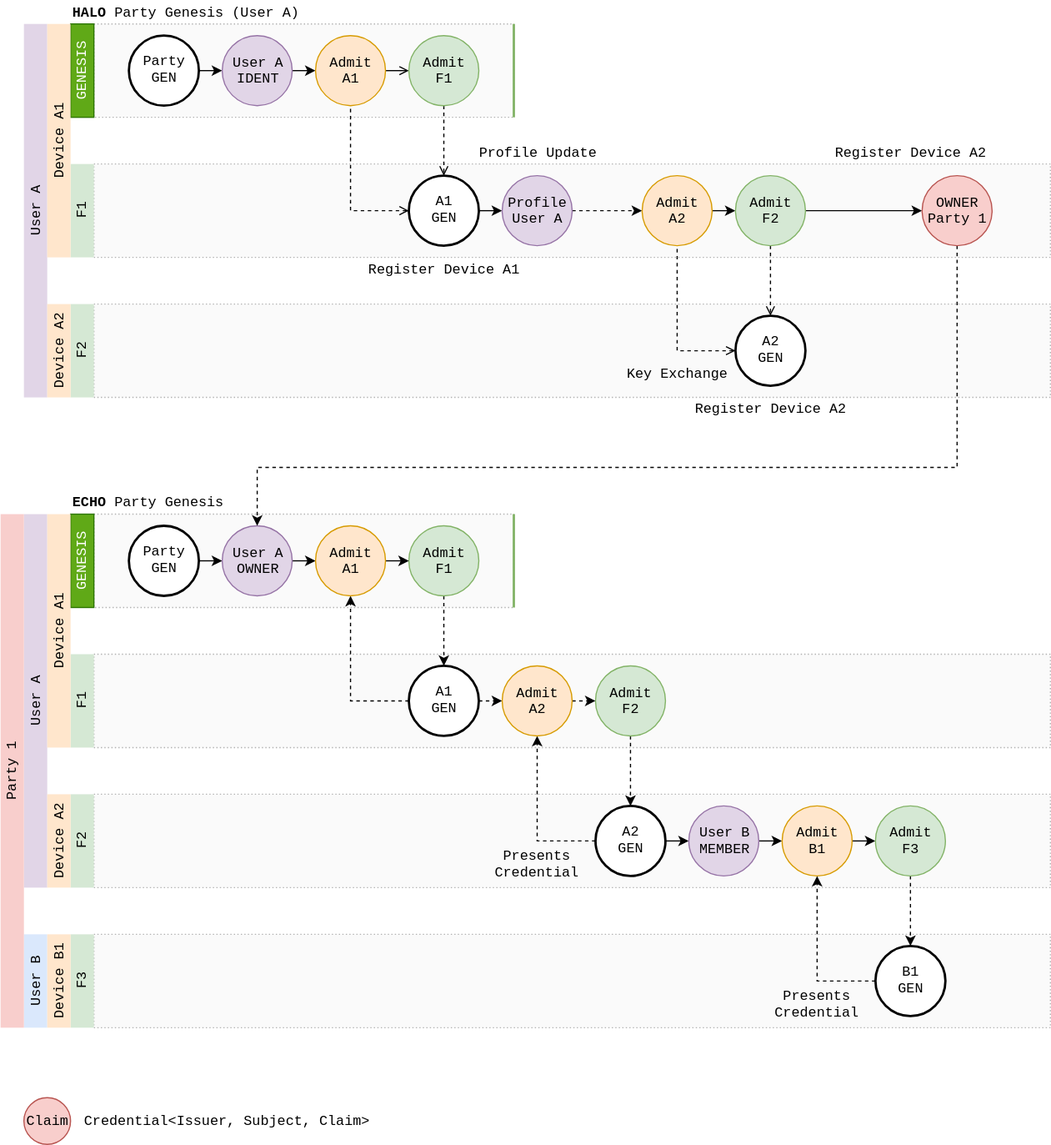
The draw.io diagram docs/design/diagrams/halo-credentials.drawio.svg in dxos/dxos, before a commit. Source tidied: cells renumbered, new cells last; positions are measured from the earlier drawing's top-left corner, leaving out a move shared by most shapes.
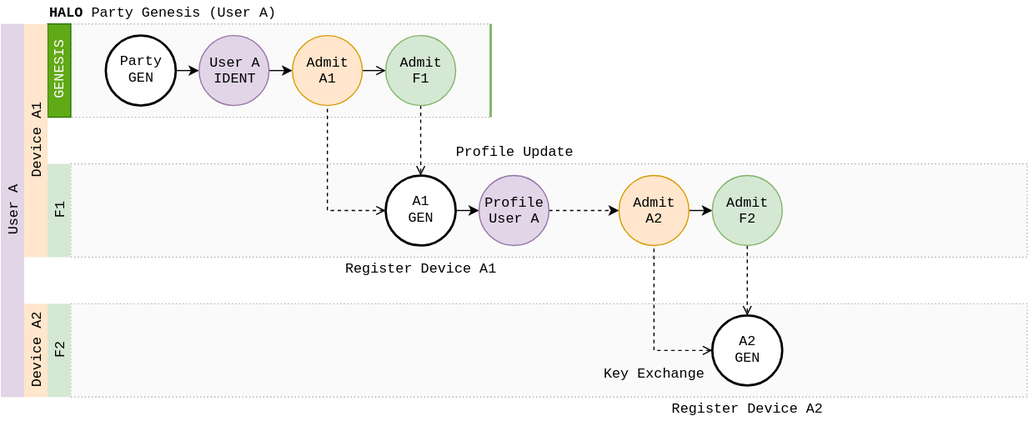
Above is the later version.

What changed in the source:
```diff
@@ -86,181 +86,21 @@
     <mxCell id="29" value="Register Device A1" style="text;html=1;strokeColor=none;fillColor=none;align=center;verticalAlign=middle;whiteSpace=wrap;rounded=0;dashed=1;dashPattern=1 2;fontFamily=Courier New;fontSize=12;opacity=50;" parent="1" vertex="1">
       <mxGeometry x="300" y="220" width="160" height="20" as="geometry" />
     </mxCell>
-    <mxCell id="30" value="Claim" style="ellipse;whiteSpace=wrap;html=1;fontFamily=Courier New;fontSize=12;fillColor=#f8cecc;strokeColor=#b85450;" parent="1" vertex="1">
-      <mxGeometry x="20" y="940" width="40" height="40" as="geometry" />
-    </mxCell>
-    <mxCell id="31" value="Credential&amp;lt;Issuer, Subject, Claim&amp;gt;" style="text;html=1;strokeColor=none;fillColor=none;align=left;verticalAlign=middle;whiteSpace=wrap;rounded=0;dashed=1;dashPattern=1 2;fontFamily=Courier New;fontSize=12;opacity=50;" parent="1" vertex="1">
-      <mxGeometry x="70" y="950" width="280" height="20" as="geometry" />
-    </mxCell>
-    <mxCell id="32" style="rounded=0;whiteSpace=wrap;html=1;fillColor=#f5f5f5;dashed=1;dashPattern=1 2;strokeWidth=1;opacity=50;strokeColor=#666666;fontColor=#333333;" parent="1" vertex="1">
-      <mxGeometry x="80" y="440" width="360" height="80" as="geometry" />
-    </mxCell>
-    <mxCell id="33" style="rounded=0;whiteSpace=wrap;html=1;fillColor=#f5f5f5;dashed=1;dashPattern=1 2;strokeWidth=1;opacity=50;strokeColor=#666666;fontColor=#333333;" parent="1" vertex="1">
-      <mxGeometry x="80" y="560" width="820" height="80" as="geometry" />
-    </mxCell>
-    <mxCell id="34" style="rounded=0;whiteSpace=wrap;html=1;fillColor=#f5f5f5;dashed=1;dashPattern=1 2;strokeWidth=1;opacity=50;strokeColor=#666666;fontColor=#333333;" parent="1" vertex="1">
-      <mxGeometry x="80" y="680" width="820" height="80" as="geometry" />
-    </mxCell>
-    <mxCell id="35" style="rounded=0;whiteSpace=wrap;html=1;fillColor=#f5f5f5;dashed=1;dashPattern=1 2;strokeWidth=1;opacity=50;strokeColor=#666666;fontColor=#333333;" parent="1" vertex="1">
-      <mxGeometry x="80" y="800" width="820" height="80" as="geometry" />
-    </mxCell>
-    <mxCell id="36" style="edgeStyle=orthogonalEdgeStyle;rounded=0;jettySize=auto;html=1;exitX=1;exitY=0.5;exitDx=0;exitDy=0;entryX=0;entryY=0.5;entryDx=0;entryDy=0;fontFamily=Courier New;fontSize=12;" parent="1" edge="1" source="37">
-      <mxGeometry relative="1" as="geometry">
-        <mxPoint x="190" y="480" as="targetPoint" />
-      </mxGeometry>
-    </mxCell>
-    <mxCell id="37" value="Party&lt;br style=&quot;font-size: 12px;&quot;&gt;GEN" style="ellipse;whiteSpace=wrap;html=1;fontFamily=Courier New;fontSize=12;strokeWidth=2;" parent="1" vertex="1">
-      <mxGeometry x="110" y="450" width="60" height="60" as="geometry" />
-    </mxCell>
-    <mxCell id="38" value="F3" style="rounded=0;whiteSpace=wrap;html=1;strokeWidth=1;horizontal=0;fillColor=#d5e8d4;strokeColor=none;fontSize=12;fontFamily=Courier New;" parent="1" vertex="1">
-      <mxGeometry x="60" y="800" width="20" height="80" as="geometry" />
-    </mxCell>
-    <mxCell id="39" value="F2" style="rounded=0;whiteSpace=wrap;html=1;strokeWidth=1;horizontal=0;fillColor=#d5e8d4;strokeColor=none;fontSize=12;fontFamily=Courier New;" parent="1" vertex="1">
-      <mxGeometry x="60" y="680" width="20" height="80" as="geometry" />
-    </mxCell>
-    <mxCell id="40" value="F1" style="rounded=0;whiteSpace=wrap;html=1;strokeWidth=1;horizontal=0;fillColor=#d5e8d4;strokeColor=none;fontSize=12;fontFamily=Courier New;" parent="1" vertex="1">
-      <mxGeometry x="60" y="560" width="20" height="80" as="geometry" />
-    </mxCell>
-    <mxCell id="41" value="GENESIS" style="rounded=0;whiteSpace=wrap;html=1;strokeWidth=1;horizontal=0;fillColor=#60a917;strokeColor=#2D7600;fontColor=#ffffff;fontSize=12;fontFamily=Courier New;" parent="1" vertex="1">
-      <mxGeometry x="60" y="440" width="20" height="80" as="geometry" />
-    </mxCell>
-    <mxCell id="42" value="User B" style="rounded=0;whiteSpace=wrap;html=1;strokeWidth=1;horizontal=0;fillColor=#dae8fc;strokeColor=none;fontSize=12;fontFamily=Courier New;" parent="1" vertex="1">
-      <mxGeometry x="20" y="800" width="20" height="80" as="geometry" />
-    </mxCell>
-    <mxCell id="43" value="User A" style="rounded=0;whiteSpace=wrap;html=1;strokeWidth=1;horizontal=0;fillColor=#e1d5e7;strokeColor=none;fontSize=12;fontFamily=Courier New;" parent="1" vertex="1">
-      <mxGeometry x="20" y="440" width="20" height="320" as="geometry" />
-    </mxCell>
-    <mxCell id="44" value="Device B1" style="rounded=0;whiteSpace=wrap;html=1;strokeWidth=1;horizontal=0;fillColor=#ffe6cc;strokeColor=none;fontSize=12;fontFamily=Courier New;" parent="1" vertex="1">
-      <mxGeometry x="40" y="800" width="20" height="80" as="geometry" />
-    </mxCell>
-    <mxCell id="45" value="Device A2" style="rounded=0;whiteSpace=wrap;html=1;strokeWidth=1;horizontal=0;fillColor=#ffe6cc;strokeColor=none;fontSize=12;fontFamily=Courier New;" parent="1" vertex="1">
-      <mxGeometry x="40" y="680" width="20" height="80" as="geometry" />
-    </mxCell>
-    <mxCell id="46" value="Device A1" style="rounded=0;whiteSpace=wrap;html=1;strokeWidth=1;horizontal=0;fillColor=#ffe6cc;strokeColor=none;fontSize=12;fontFamily=Courier New;" parent="1" vertex="1">
-      <mxGeometry x="40" y="440" width="20" height="200" as="geometry" />
-    </mxCell>
-    <mxCell id="47" value="&lt;b&gt;ECHO&lt;/b&gt; Party Genesis" style="text;html=1;strokeColor=none;fillColor=none;align=left;verticalAlign=middle;whiteSpace=wrap;rounded=0;dashed=1;dashPattern=1 2;fontFamily=Courier New;fontSize=12;opacity=50;" parent="1" vertex="1">
-      <mxGeometry x="60" y="420" width="240" height="20" as="geometry" />
-    </mxCell>
     <mxCell id="48" style="edgeStyle=orthogonalEdgeStyle;rounded=0;jettySize=auto;html=1;exitX=0.5;exitY=1;exitDx=0;exitDy=0;entryX=0.5;entryY=0;entryDx=0;entryDy=0;dashed=1;endArrow=open;endFill=0;fontFamily=Courier New;fontSize=12;" parent="1" edge="1" source="49" target="11">
       <mxGeometry relative="1" as="geometry" />
     </mxCell>
     <mxCell id="49" value="Admit&lt;br style=&quot;font-size: 12px&quot;&gt;F1" style="ellipse;whiteSpace=wrap;html=1;fontFamily=Courier New;fontSize=12;fillColor=#d5e8d4;strokeColor=#82b366;" parent="1" vertex="1">
       <mxGeometry x="350" y="30" width="60" height="60" as="geometry" />
     </mxCell>
-    <mxCell id="50" style="edgeStyle=orthogonalEdgeStyle;rounded=0;jettySize=auto;html=1;exitX=1;exitY=0.5;exitDx=0;exitDy=0;entryX=0;entryY=0.5;entryDx=0;entryDy=0;endArrow=classic;endFill=1;fontFamily=Courier New;fontSize=12;" parent="1" edge="1" source="51" target="60">
-      <mxGeometry relative="1" as="geometry" />
-    </mxCell>
     <mxCell id="51" value="Admit&lt;br style=&quot;font-size: 12px&quot;&gt;F2" style="ellipse;whiteSpace=wrap;html=1;fontFamily=Courier New;fontSize=12;fillColor=#d5e8d4;strokeColor=#82b366;" parent="1" vertex="1">
       <mxGeometry x="630" y="150" width="60" height="60" as="geometry" />
     </mxCell>
-    <mxCell id="52" style="edgeStyle=orthogonalEdgeStyle;rounded=0;jettySize=auto;html=1;exitX=1;exitY=0.5;exitDx=0;exitDy=0;entryX=0;entryY=0.5;entryDx=0;entryDy=0;startArrow=none;startFill=0;endArrow=classic;endFill=1;fontFamily=Courier New;fontSize=12;" parent="1" edge="1" source="53" target="68">
-      <mxGeometry relative="1" as="geometry" />
-    </mxCell>
-    <mxCell id="53" value="User A&lt;br&gt;OWNER" style="ellipse;whiteSpace=wrap;html=1;fontFamily=Courier New;fontSize=12;fillColor=#e1d5e7;strokeColor=#9673a6;" parent="1" vertex="1">
-      <mxGeometry x="190" y="450" width="60" height="60" as="geometry" />
-    </mxCell>
-    <mxCell id="54" style="edgeStyle=orthogonalEdgeStyle;rounded=0;jettySize=auto;html=1;exitX=0.5;exitY=1;exitDx=0;exitDy=0;entryX=0.5;entryY=0;entryDx=0;entryDy=0;startArrow=none;startFill=0;endArrow=classic;endFill=1;fontFamily=Courier New;fontSize=12;dashed=1;" parent="1" edge="1" source="55" target="58">
-      <mxGeometry relative="1" as="geometry" />
-    </mxCell>
-    <mxCell id="55" value="Admit&lt;br style=&quot;font-size: 12px&quot;&gt;F1" style="ellipse;whiteSpace=wrap;html=1;fontFamily=Courier New;fontSize=12;fillColor=#d5e8d4;strokeColor=#82b366;" parent="1" vertex="1">
-      <mxGeometry x="350" y="450" width="60" height="60" as="geometry" />
-    </mxCell>
-    <mxCell id="56" style="edgeStyle=orthogonalEdgeStyle;rounded=0;jettySize=auto;html=1;exitX=1;exitY=0.5;exitDx=0;exitDy=0;entryX=0;entryY=0.5;entryDx=0;entryDy=0;dashed=1;startArrow=none;startFill=0;endArrow=classic;endFill=1;fontFamily=Courier New;fontSize=12;" parent="1" edge="1" source="58" target="72">
-      <mxGeometry relative="1" as="geometry" />
-    </mxCell>
-    <mxCell id="57" style="edgeStyle=orthogonalEdgeStyle;rounded=0;jettySize=auto;html=1;exitX=0;exitY=0.5;exitDx=0;exitDy=0;entryX=0.5;entryY=1;entryDx=0;entryDy=0;dashed=1;startArrow=none;startFill=0;endArrow=classic;endFill=1;fontFamily=Courier New;fontSize=12;" parent="1" edge="1" source="58" target="68">
-      <mxGeometry relative="1" as="geometry" />
-    </mxCell>
-    <mxCell id="58" value="A1&lt;br&gt;GEN" style="ellipse;whiteSpace=wrap;html=1;fontFamily=Courier New;fontSize=12;strokeWidth=2;" parent="1" vertex="1">
-      <mxGeometry x="350" y="570" width="60" height="60" as="geometry" />
-    </mxCell>
-    <mxCell id="59" style="edgeStyle=orthogonalEdgeStyle;rounded=0;jettySize=auto;html=1;exitX=0.5;exitY=1;exitDx=0;exitDy=0;entryX=0.5;entryY=0;entryDx=0;entryDy=0;dashed=1;startArrow=none;startFill=0;endArrow=classic;endFill=1;fontFamily=Courier New;fontSize=12;" parent="1" edge="1" source="60" target="53">
-      <mxGeometry relative="1" as="geometry">
-        <Array as="points">
-          <mxPoint x="820" y="400" />
-          <mxPoint x="220" y="400" />
-        </Array>
-      </mxGeometry>
-    </mxCell>
-    <mxCell id="60" value="OWNER&lt;br&gt;Party 1" style="ellipse;whiteSpace=wrap;html=1;fontFamily=Courier New;fontSize=12;fillColor=#f8cecc;strokeColor=#b85450;" parent="1" vertex="1">
-      <mxGeometry x="790" y="150" width="60" height="60" as="geometry" />
-    </mxCell>
-    <mxCell id="61" value="Party 1" style="rounded=0;whiteSpace=wrap;html=1;strokeWidth=1;horizontal=0;fillColor=#f8cecc;strokeColor=none;fontSize=12;fontFamily=Courier New;" parent="1" vertex="1">
-      <mxGeometry y="440" width="20" height="440" as="geometry" />
-    </mxCell>
     <mxCell id="62" value="Key Exchange" style="text;html=1;strokeColor=none;fillColor=none;align=center;verticalAlign=middle;whiteSpace=wrap;rounded=0;dashed=1;dashPattern=1 2;fontFamily=Courier New;fontSize=12;opacity=50;" parent="1" vertex="1">
       <mxGeometry x="520" y="310" width="120" height="20" as="geometry" />
     </mxCell>
     <mxCell id="63" value="Register Device A2" style="text;html=1;strokeColor=none;fillColor=none;align=center;verticalAlign=middle;whiteSpace=wrap;rounded=0;dashed=1;dashPattern=1 2;fontFamily=Courier New;fontSize=12;opacity=50;" parent="1" vertex="1">
       <mxGeometry x="580" y="340" width="160" height="20" as="geometry" />
     </mxCell>
-    <mxCell id="64" style="edgeStyle=orthogonalEdgeStyle;rounded=0;jettySize=auto;html=1;exitX=0;exitY=0.5;exitDx=0;exitDy=0;entryX=0.5;entryY=1;entryDx=0;entryDy=0;dashed=1;startArrow=none;startFill=0;endArrow=classic;endFill=1;fontFamily=Courier New;fontSize=12;" parent="1" edge="1" source="66" target="72">
-      <mxGeometry relative="1" as="geometry" />
-    </mxCell>
-    <mxCell id="65" style="edgeStyle=orthogonalEdgeStyle;rounded=0;jettySize=auto;html=1;exitX=1;exitY=0.5;exitDx=0;exitDy=0;entryX=0;entryY=0.5;entryDx=0;entryDy=0;startArrow=none;startFill=0;endArrow=classic;endFill=1;fontFamily=Courier New;fontSize=12;" parent="1" edge="1" source="66" target="75">
-      <mxGeometry relative="1" as="geometry" />
-    </mxCell>
-    <mxCell id="66" value="A2&lt;br&gt;GEN" style="ellipse;whiteSpace=wrap;html=1;fontFamily=Courier New;fontSize=12;strokeWidth=2;" parent="1" vertex="1">
-      <mxGeometry x="510" y="690" width="60" height="60" as="geometry" />
-    </mxCell>
-    <mxCell id="67" style="edgeStyle=orthogonalEdgeStyle;rounded=0;jettySize=auto;html=1;exitX=1;exitY=0.5;exitDx=0;exitDy=0;entryX=0;entryY=0.5;entryDx=0;entryDy=0;startArrow=none;startFill=0;endArrow=classic;endFill=1;fontFamily=Courier New;fontSize=12;" parent="1" edge="1" source="68" target="55">
-      <mxGeometry relative="1" as="geometry" />
-    </mxCell>
-    <mxCell id="68" value="Admit&lt;br style=&quot;font-size: 12px&quot;&gt;A1" style="ellipse;whiteSpace=wrap;html=1;fontFamily=Courier New;fontSize=12;fillColor=#ffe6cc;strokeColor=#d79b00;" parent="1" vertex="1">
-      <mxGeometry x="270" y="450" width="60" height="60" as="geometry" />
-    </mxCell>
-    <mxCell id="69" style="edgeStyle=orthogonalEdgeStyle;rounded=0;jettySize=auto;html=1;exitX=0.5;exitY=1;exitDx=0;exitDy=0;entryX=0.5;entryY=0;entryDx=0;entryDy=0;dashed=1;startArrow=none;startFill=0;endArrow=classic;endFill=1;fontFamily=Courier New;fontSize=12;" parent="1" edge="1" source="70" target="66">
-      <mxGeometry relative="1" as="geometry" />
-    </mxCell>
-    <mxCell id="70" value="Admit&lt;br style=&quot;font-size: 12px&quot;&gt;F2" style="ellipse;whiteSpace=wrap;html=1;fontFamily=Courier New;fontSize=12;fillColor=#d5e8d4;strokeColor=#82b366;" parent="1" vertex="1">
-      <mxGeometry x="510" y="570" width="60" height="60" as="geometry" />
-    </mxCell>
-    <mxCell id="71" style="edgeStyle=orthogonalEdgeStyle;rounded=0;jettySize=auto;html=1;exitX=1;exitY=0.5;exitDx=0;exitDy=0;entryX=0;entryY=0.5;entryDx=0;entryDy=0;dashed=1;startArrow=none;startFill=0;endArrow=classic;endFill=1;fontFamily=Courier New;fontSize=12;" parent="1" edge="1" source="72" target="70">
-      <mxGeometry relative="1" as="geometry" />
-    </mxCell>
-    <mxCell id="72" value="Admit&lt;br style=&quot;font-size: 12px&quot;&gt;A2" style="ellipse;whiteSpace=wrap;html=1;fontFamily=Courier New;fontSize=12;fillColor=#ffe6cc;strokeColor=#d79b00;" parent="1" vertex="1">
-      <mxGeometry x="430" y="570" width="60" height="60" as="geometry" />
-    </mxCell>
-    <mxCell id="73" value="Presents Credential" style="text;html=1;strokeColor=none;fillColor=none;align=center;verticalAlign=middle;whiteSpace=wrap;rounded=0;dashed=1;dashPattern=1 2;fontFamily=Courier New;fontSize=12;opacity=50;" parent="1" vertex="1">
-      <mxGeometry x="420" y="730" width="80" height="20" as="geometry" />
-    </mxCell>
-    <mxCell id="74" style="edgeStyle=orthogonalEdgeStyle;rounded=0;jettySize=auto;html=1;exitX=1;exitY=0.5;exitDx=0;exitDy=0;entryX=0;entryY=0.5;entryDx=0;entryDy=0;startArrow=none;startFill=0;endArrow=classic;endFill=1;fontFamily=Courier New;fontSize=12;" parent="1" edge="1" source="75" target="77">
-      <mxGeometry relative="1" as="geometry" />
-    </mxCell>
-    <mxCell id="75" value="User B&lt;br&gt;MEMBER" style="ellipse;whiteSpace=wrap;html=1;fontFamily=Courier New;fontSize=12;fillColor=#e1d5e7;strokeColor=#9673a6;" parent="1" vertex="1">
-      <mxGeometry x="590" y="690" width="60" height="60" as="geometry" />
-    </mxCell>
-    <mxCell id="76" style="edgeStyle=orthogonalEdgeStyle;rounded=0;jettySize=auto;html=1;exitX=1;exitY=0.5;exitDx=0;exitDy=0;entryX=0;entryY=0.5;entryDx=0;entryDy=0;startArrow=none;startFill=0;endArrow=classic;endFill=1;fontFamily=Courier New;fontSize=12;" parent="1" edge="1" source="77" target="79">
-      <mxGeometry relative="1" as="geometry" />
-    </mxCell>
-    <mxCell id="77" value="Admit&lt;br style=&quot;font-size: 12px&quot;&gt;B1" style="ellipse;whiteSpace=wrap;html=1;fontFamily=Courier New;fontSize=12;fillColor=#ffe6cc;strokeColor=#d79b00;" parent="1" vertex="1">
-      <mxGeometry x="670" y="690" width="60" height="60" as="geometry" />
-    </mxCell>
-    <mxCell id="78" style="edgeStyle=orthogonalEdgeStyle;rounded=0;jettySize=auto;html=1;exitX=0.5;exitY=1;exitDx=0;exitDy=0;entryX=0.5;entryY=0;entryDx=0;entryDy=0;startArrow=none;startFill=0;endArrow=classic;endFill=1;fontFamily=Courier New;fontSize=12;dashed=1;" parent="1" edge="1" source="79" target="81">
-      <mxGeometry relative="1" as="geometry" />
-    </mxCell>
-    <mxCell id="79" value="Admit&lt;br style=&quot;font-size: 12px&quot;&gt;F3" style="ellipse;whiteSpace=wrap;html=1;fontFamily=Courier New;fontSize=12;fillColor=#d5e8d4;strokeColor=#82b366;" parent="1" vertex="1">
-      <mxGeometry x="750" y="690" width="60" height="60" as="geometry" />
-    </mxCell>
-    <mxCell id="80" style="edgeStyle=orthogonalEdgeStyle;rounded=0;jettySize=auto;html=1;exitX=0;exitY=0.5;exitDx=0;exitDy=0;entryX=0.5;entryY=1;entryDx=0;entryDy=0;startArrow=none;startFill=0;endArrow=classic;endFill=1;fontFamily=Courier New;fontSize=12;dashed=1;" parent="1" edge="1" source="81" target="77">
-      <mxGeometry relative="1" as="geometry" />
-    </mxCell>
-    <mxCell id="81" value="B1&lt;br&gt;GEN" style="ellipse;whiteSpace=wrap;html=1;fontFamily=Courier New;fontSize=12;strokeWidth=2;" parent="1" vertex="1">
-      <mxGeometry x="750" y="810" width="60" height="60" as="geometry" />
-    </mxCell>
-    <mxCell id="82" value="Presents Credential" style="text;html=1;strokeColor=none;fillColor=none;align=center;verticalAlign=middle;whiteSpace=wrap;rounded=0;dashed=1;dashPattern=1 2;fontFamily=Courier New;fontSize=12;opacity=50;" parent="1" vertex="1">
-      <mxGeometry x="660" y="850" width="80" height="20" as="geometry" />
-    </mxCell>
-    <mxCell id="83" value="Register Device A2" style="text;html=1;strokeColor=none;fillColor=none;align=center;verticalAlign=middle;whiteSpace=wrap;rounded=0;dashed=1;dashPattern=1 2;fontFamily=Courier New;fontSize=12;opacity=50;" parent="1" vertex="1">
-      <mxGeometry x="700" y="120" width="160" height="20" as="geometry" />
-    </mxCell>
-    <mxCell id="84" style="endArrow=none;html=1;strokeWidth=2;fontFamily=Courier New;fontSize=12;fillColor=#d5e8d4;strokeColor=#82b366;" parent="1" edge="1">
-      <mxGeometry relative="1" as="geometry">
-        <mxPoint x="440" y="520" as="sourcePoint" />
-        <mxPoint x="440" y="440" as="targetPoint" />
-      </mxGeometry>
-    </mxCell>
     <mxCell id="85" style="endArrow=none;html=1;strokeWidth=2;fontFamily=Courier New;fontSize=12;fillColor=#d5e8d4;strokeColor=#82b366;" parent="1" edge="1">
       <mxGeometry relative="1" as="geometry">
         <mxPoint x="440" y="100" as="sourcePoint" />
```
